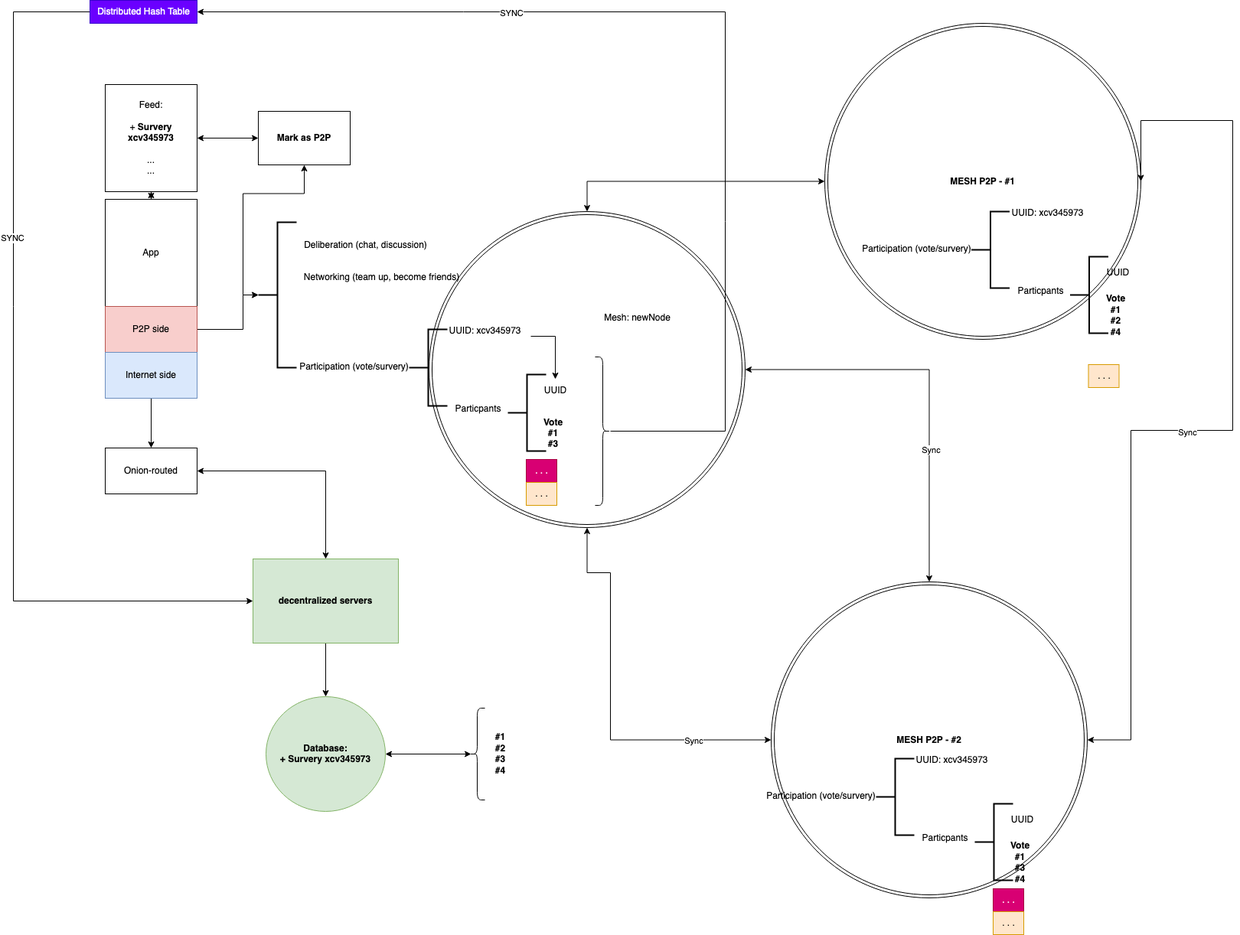
tcfev/Fordem keeps this draw.io diagram as .assets/forDem-P2P-DHT-Diagramm.drawio.png. Above is the earlier version. Source tidied: cells renumbered, new cells last; positions are measured from the earlier drawing's top-left corner, leaving out a move shared by most shapes.
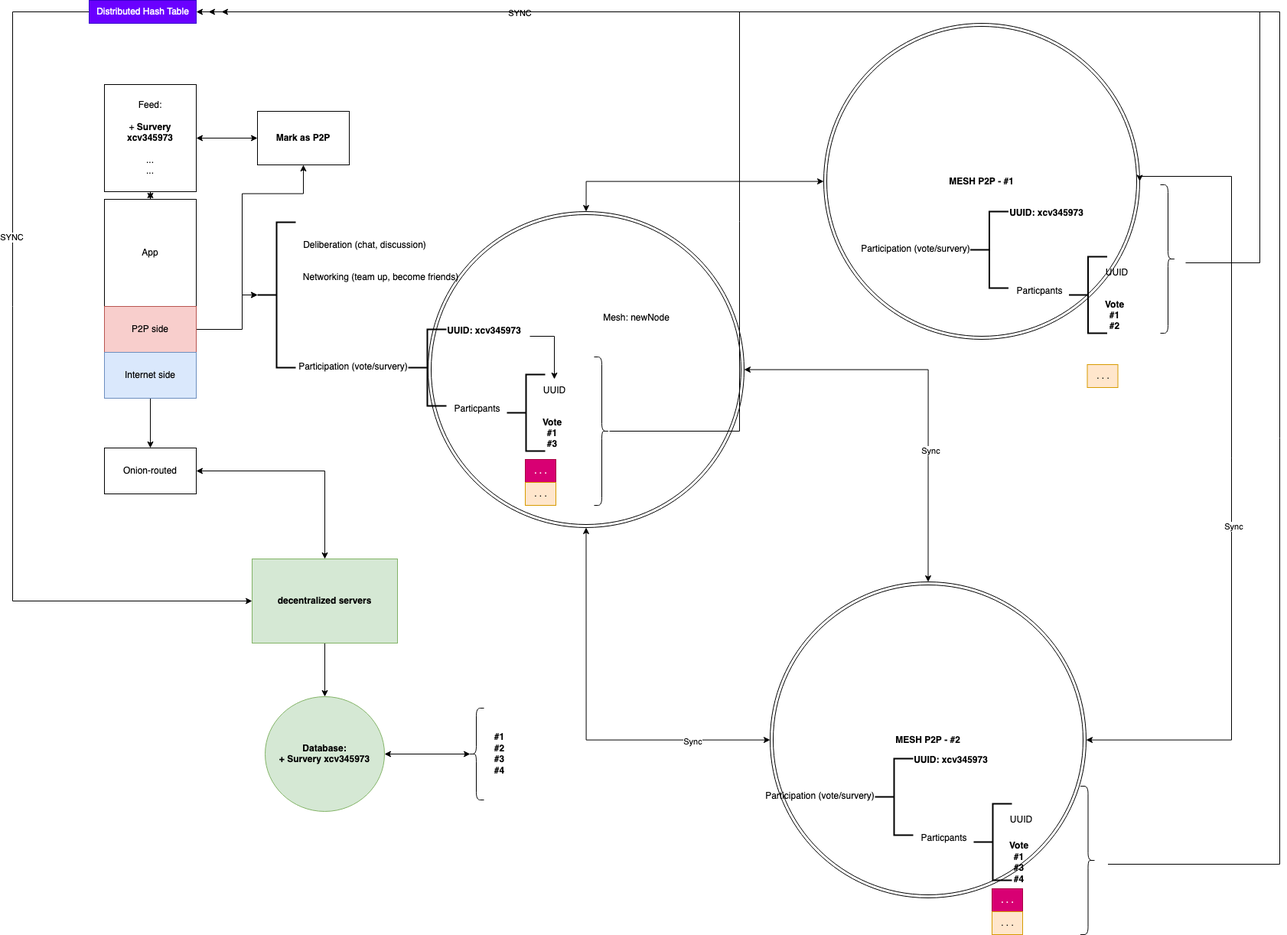
Later version of the same file.

Diff of the diagram source:
```diff
@@ -78,7 +78,7 @@
     <mxCell id="23" style="edgeStyle=orthogonalEdgeStyle;rounded=0;jettySize=auto;html=1;" parent="1" edge="1" source="24" target="27">
       <mxGeometry relative="1" as="geometry" />
     </mxCell>
-    <mxCell id="24" value="&lt;div&gt;UUID: xcv345973&lt;br&gt;&lt;/div&gt;&lt;div&gt;&lt;br&gt;&lt;/div&gt;" style="text;html=1;align=center;verticalAlign=middle;points=[];strokeColor=none;fillColor=none;" parent="1" vertex="1">
+    <mxCell id="24" value="&lt;div&gt;&lt;b&gt;UUID: xcv345973&lt;br&gt;&lt;/b&gt;&lt;/div&gt;&lt;div&gt;&lt;b&gt;&lt;br&gt;&lt;/b&gt;&lt;/div&gt;" style="text;html=1;align=center;verticalAlign=middle;points=[];strokeColor=none;fillColor=none;" parent="1" vertex="1">
       <mxGeometry x="556" y="419" width="120" height="40" as="geometry" />
     </mxCell>
     <mxCell id="25" value="&lt;div&gt;Particpants&lt;/div&gt;&lt;div&gt;&lt;br&gt;&lt;/div&gt;" style="text;html=1;align=center;verticalAlign=middle;strokeColor=none;fillColor=none;" parent="1" vertex="1">
@@ -93,11 +93,13 @@
     <mxCell id="28" value="&lt;div&gt;&lt;b&gt;Vote&lt;/b&gt;&lt;/div&gt;&lt;div&gt;&lt;b&gt;#1&lt;/b&gt;&lt;/div&gt;&lt;div&gt;&lt;b&gt;#3&lt;br&gt;&lt;/b&gt;&lt;/div&gt;" style="text;html=1;align=center;verticalAlign=middle;strokeColor=none;fillColor=none;" parent="1" vertex="1">
       <mxGeometry x="680" y="536" width="50" height="60" as="geometry" />
     </mxCell>
-    <mxCell id="29" style="edgeStyle=orthogonalEdgeStyle;rounded=0;jettySize=auto;html=1;" parent="1" edge="1" source="31" target="7">
+    <mxCell id="29" style="edgeStyle=orthogonalEdgeStyle;rounded=0;orthogonalLoop=1;jettySize=auto;html=1;" parent="1" edge="1">
       <mxGeometry relative="1" as="geometry">
+        <mxPoint x="780" y="563" as="sourcePoint" />
+        <mxPoint x="240" y="15" as="targetPoint" />
         <Array as="points">
-          <mxPoint x="930" y="563" />
-          <mxPoint x="930" y="15" />
+          <mxPoint x="950" y="563" />
+          <mxPoint x="950" y="15" />
         </Array>
       </mxGeometry>
     </mxCell>
@@ -143,8 +145,7 @@
     <mxCell id="43" style="edgeStyle=orthogonalEdgeStyle;rounded=0;jettySize=auto;html=1;entryX=0.5;entryY=1;entryDx=0;entryDy=0;startArrow=classic;startFill=1;" parent="1" edge="1" source="47" target="4">
       <mxGeometry relative="1" as="geometry">
         <Array as="points">
-          <mxPoint x="780" y="967" />
-          <mxPoint x="780" y="748" />
+          <mxPoint x="750" y="967" />
         </Array>
       </mxGeometry>
     </mxCell>
@@ -154,10 +155,9 @@
     <mxCell id="45" style="edgeStyle=orthogonalEdgeStyle;rounded=0;jettySize=auto;html=1;entryX=1;entryY=0.5;entryDx=0;entryDy=0;startArrow=classic;startFill=1;" parent="1" edge="1" source="47" target="49">
       <mxGeometry relative="1" as="geometry">
         <Array as="points">
-          <mxPoint x="1460" y="967" />
-          <mxPoint x="1460" y="562" />
-          <mxPoint x="1593" y="562" />
-          <mxPoint x="1593" y="157" />
+          <mxPoint x="1593" y="967" />
+          <mxPoint x="1593" y="230" />
+          <mxPoint x="1473" y="230" />
         </Array>
       </mxGeometry>
     </mxCell>
@@ -179,7 +179,7 @@
     <mxCell id="51" style="strokeWidth=2;html=1;shape=mxgraph.flowchart.annotation_2;align=left;labelPosition=right;" parent="1" vertex="1">
       <mxGeometry x="1127" y="991" width="50" height="100" as="geometry" />
     </mxCell>
-    <mxCell id="52" value="&lt;div&gt;UUID: xcv345973&lt;br&gt;&lt;/div&gt;&lt;div&gt;&lt;br&gt;&lt;/div&gt;" style="text;html=1;align=center;verticalAlign=middle;strokeColor=none;fillColor=none;" parent="1" vertex="1">
+    <mxCell id="52" value="&lt;div&gt;&lt;b&gt;UUID: xcv345973&lt;br&gt;&lt;/b&gt;&lt;/div&gt;&lt;div&gt;&lt;b&gt;&lt;br&gt;&lt;/b&gt;&lt;/div&gt;" style="text;html=1;align=center;verticalAlign=middle;strokeColor=none;fillColor=none;" parent="1" vertex="1">
       <mxGeometry x="1166" y="980" width="120" height="40" as="geometry" />
     </mxCell>
     <mxCell id="53" value="&lt;div&gt;Particpants&lt;/div&gt;&lt;div&gt;&lt;br&gt;&lt;/div&gt;" style="text;html=1;align=center;verticalAlign=middle;strokeColor=none;fillColor=none;" parent="1" vertex="1">
@@ -206,7 +206,7 @@
     <mxCell id="60" style="strokeWidth=2;html=1;shape=mxgraph.flowchart.annotation_2;align=left;labelPosition=right;" parent="1" vertex="1">
       <mxGeometry x="1251.5" y="276" width="50" height="100" as="geometry" />
     </mxCell>
-    <mxCell id="61" value="&lt;div&gt;UUID: xcv345973&lt;br&gt;&lt;/div&gt;&lt;div&gt;&lt;br&gt;&lt;/div&gt;" style="text;html=1;align=center;verticalAlign=middle;strokeColor=none;fillColor=none;" parent="1" vertex="1">
+    <mxCell id="61" value="&lt;div&gt;&lt;b&gt;UUID: xcv345973&lt;br&gt;&lt;/b&gt;&lt;/div&gt;&lt;div&gt;&lt;b&gt;&lt;br&gt;&lt;/b&gt;&lt;/div&gt;" style="text;html=1;align=center;verticalAlign=middle;strokeColor=none;fillColor=none;" parent="1" vertex="1">
       <mxGeometry x="1290.5" y="265" width="120" height="40" as="geometry" />
     </mxCell>
     <mxCell id="62" value="&lt;div&gt;Particpants&lt;/div&gt;&lt;div&gt;&lt;br&gt;&lt;/div&gt;" style="text;html=1;align=center;verticalAlign=middle;strokeColor=none;fillColor=none;" parent="1" vertex="1">
@@ -218,11 +218,37 @@
     <mxCell id="64" value="UUID" style="text;html=1;align=center;verticalAlign=middle;strokeColor=none;fillColor=none;" parent="1" vertex="1">
       <mxGeometry x="1417.5" y="341" width="50" height="30" as="geometry" />
     </mxCell>
-    <mxCell id="65" value="&lt;div&gt;&lt;b&gt;Vote&lt;/b&gt;&lt;/div&gt;&lt;div&gt;&lt;b&gt;#1&lt;/b&gt;&lt;/div&gt;&lt;div&gt;&lt;b&gt;#2&lt;br&gt;&lt;/b&gt;&lt;/div&gt;&lt;div&gt;&lt;b&gt;#4&lt;/b&gt;&lt;/div&gt;" style="text;html=1;align=center;verticalAlign=middle;strokeColor=none;fillColor=none;" parent="1" vertex="1">
-      <mxGeometry x="1414.5" y="377" width="50" height="70" as="geometry" />
+    <mxCell id="65" value="&lt;div&gt;&lt;b&gt;Vote&lt;/b&gt;&lt;/div&gt;&lt;div&gt;&lt;b&gt;#1&lt;/b&gt;&lt;/div&gt;&lt;div&gt;&lt;b&gt;#2&lt;br&gt;&lt;/b&gt;&lt;/div&gt;" style="text;html=1;align=center;verticalAlign=middle;strokeColor=none;fillColor=none;" parent="1" vertex="1">
+      <mxGeometry x="1414.5" y="382" width="50" height="60" as="geometry" />
     </mxCell>
     <mxCell id="66" value=". . ." style="text;html=1;align=center;verticalAlign=middle;strokeColor=#d79b00;fillColor=#ffe6cc;" parent="1" vertex="1">
       <mxGeometry x="1404.5" y="476" width="40" height="30" as="geometry" />
     </mxCell>
+    <mxCell id="67" style="edgeStyle=orthogonalEdgeStyle;rounded=0;orthogonalLoop=1;jettySize=auto;html=1;" parent="1" edge="1">
+      <mxGeometry relative="1" as="geometry">
+        <mxPoint x="1533" y="343" as="sourcePoint" />
+        <mxPoint x="273" y="15" as="targetPoint" />
+        <Array as="points">
+          <mxPoint x="1630" y="343" />
+          <mxPoint x="1630" y="15" />
+        </Array>
+      </mxGeometry>
+    </mxCell>
+    <mxCell id="68" style="shape=curlyBracket;whiteSpace=wrap;html=1;rounded=1;flipH=1;labelPosition=right;verticalLabelPosition=middle;align=left;verticalAlign=middle;" parent="1" vertex="1">
+      <mxGeometry x="1500" y="241" width="20" height="194" as="geometry" />
+    </mxCell>
+    <mxCell id="69" style="edgeStyle=orthogonalEdgeStyle;rounded=0;orthogonalLoop=1;jettySize=auto;html=1;entryX=1;entryY=0.333;entryDx=0;entryDy=0;entryPerimeter=0;" parent="1" edge="1">
+      <mxGeometry relative="1" as="geometry">
+        <mxPoint x="1431.5" y="1129" as="sourcePoint" />
+        <mxPoint x="256" y="15" as="targetPoint" />
+        <Array as="points">
+          <mxPoint x="1656" y="1129" />
+          <mxPoint x="1656" y="15" />
+        </Array>
+      </mxGeometry>
+    </mxCell>
+    <mxCell id="70" style="shape=curlyBracket;whiteSpace=wrap;html=1;rounded=1;flipH=1;labelPosition=right;verticalLabelPosition=middle;align=left;verticalAlign=middle;" parent="1" vertex="1">
+      <mxGeometry x="1395.5" y="1027" width="20" height="194" as="geometry" />
+    </mxCell>
   </root>
 </mxGraphModel>
```
